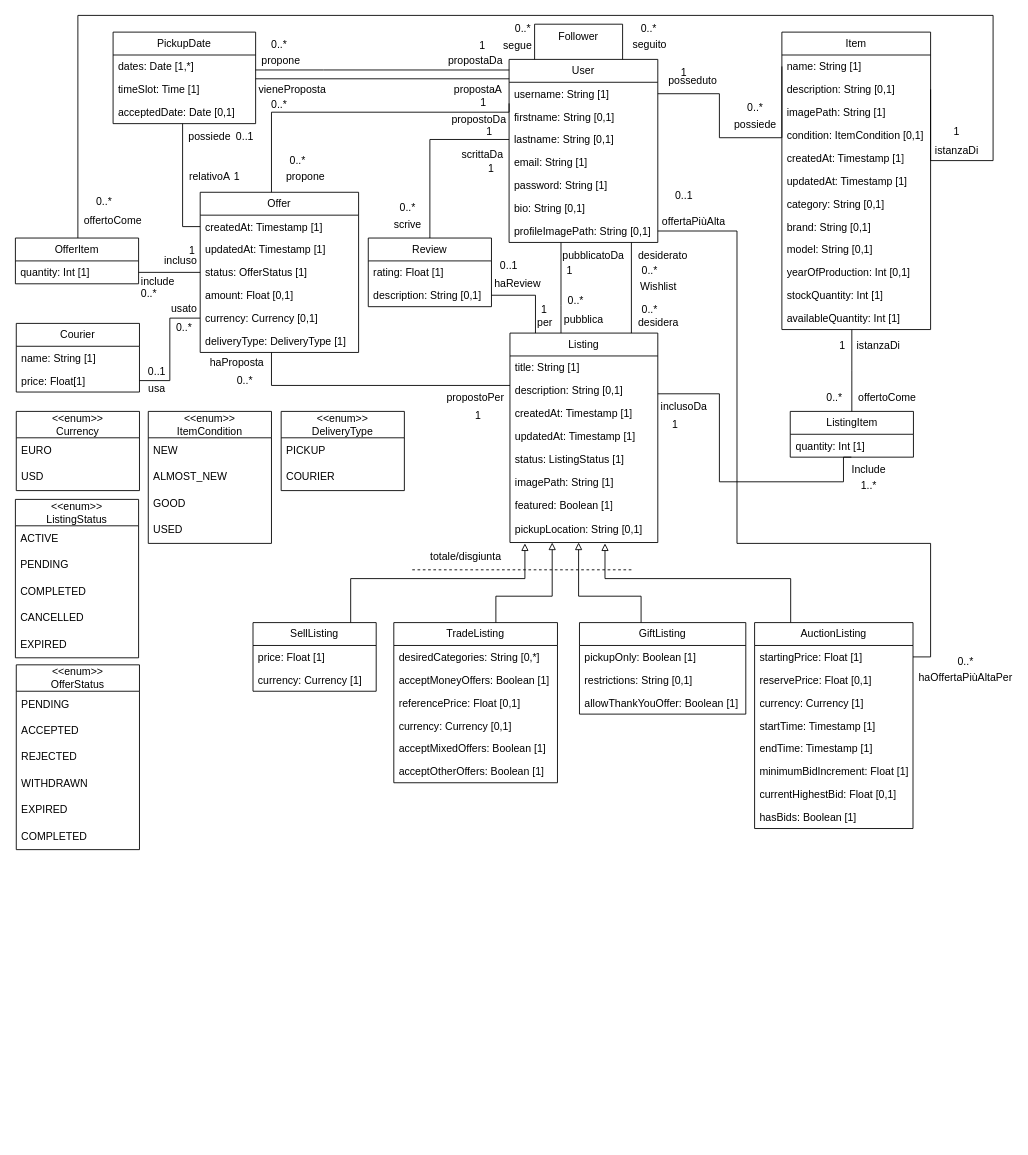
GritHat/diagrams-draw.io keeps this draw.io diagram as uninaswap.drawio. Above is the earlier version. Source tidied: cells renumbered, new cells numbered last; positions are measured from the earlier drawing's top-left corner, leaving out a move shared by most shapes. Both pictures are drawn from the tidied source at 88%, with x=0, y=0 at pixel (15, 15).
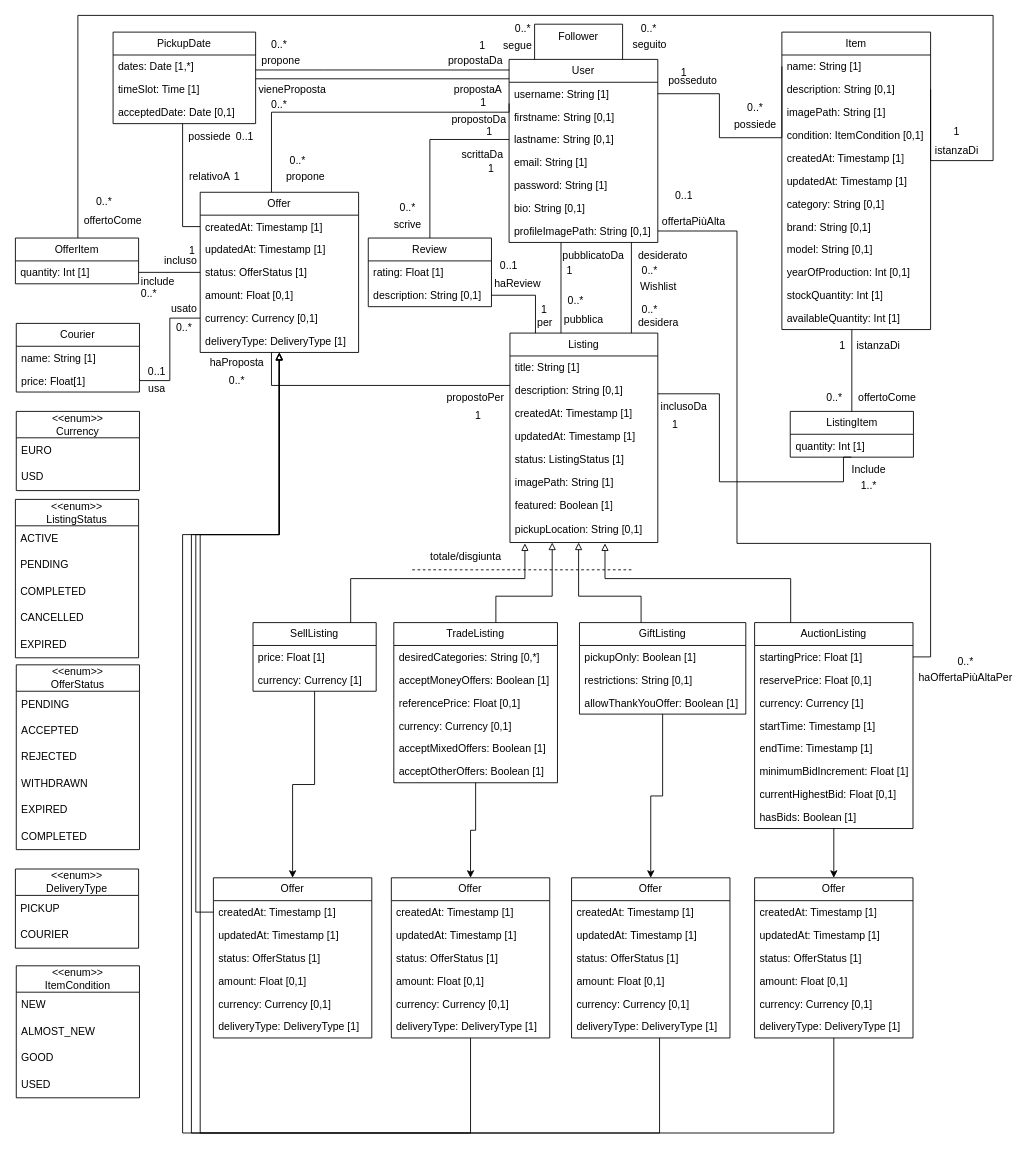
After the change.

The change refers to these unchanged cells:
```xml
<mxCell id="42" value="deliveryType: DeliveryType [1]&amp;nbsp;" style="text;strokeColor=none;fillColor=none;align=left;verticalAlign=top;spacingLeft=4;spacingRight=4;overflow=hidden;points=[[0,0.5],[1,0.5]];portConstraint=eastwest;whiteSpace=wrap;html=1;" parent="36" vertex="1">
  <mxGeometry y="156" width="180" height="26" as="geometry" />
</mxCell>
<mxCell id="44" value="SellListing" style="swimlane;fontStyle=0;horizontal=1;startSize=26;fillColor=none;whiteSpace=wrap;html=1;" parent="1" vertex="1">
  <mxGeometry x="270" y="690" width="140" height="78" as="geometry" />
</mxCell>
<mxCell id="48" value="TradeListing" style="swimlane;fontStyle=0;horizontal=1;startSize=26;fillColor=none;whiteSpace=wrap;html=1;" parent="1" vertex="1">
  <mxGeometry x="430" y="690" width="186" height="182" as="geometry" />
</mxCell>
<mxCell id="56" value="GiftListing" style="swimlane;fontStyle=0;horizontal=1;startSize=26;fillColor=none;whiteSpace=wrap;html=1;" parent="1" vertex="1">
  <mxGeometry x="641" y="690" width="189" height="104" as="geometry" />
</mxCell>
<mxCell id="61" value="AuctionListing" style="swimlane;fontStyle=0;horizontal=1;startSize=26;fillColor=none;whiteSpace=wrap;html=1;" parent="1" vertex="1">
  <mxGeometry x="840" y="690" width="180" height="234" as="geometry" />
</mxCell>
```

What changed in the source:
```diff
@@
+    <mxCell id="193" style="edgeStyle=orthogonalEdgeStyle;rounded=0;jettySize=auto;html=1;" parent="1" edge="1" source="44" target="197">
+      <mxGeometry relative="1" as="geometry" />
+    </mxCell>
@@
+    <mxCell id="194" style="edgeStyle=orthogonalEdgeStyle;rounded=0;jettySize=auto;html=1;" parent="1" edge="1" source="48" target="205">
+      <mxGeometry relative="1" as="geometry" />
+    </mxCell>
@@
+    <mxCell id="195" style="edgeStyle=orthogonalEdgeStyle;rounded=0;jettySize=auto;html=1;" parent="1" edge="1" source="56" target="213">
+      <mxGeometry relative="1" as="geometry" />
+    </mxCell>
@@
+    <mxCell id="196" style="edgeStyle=orthogonalEdgeStyle;rounded=0;jettySize=auto;html=1;" parent="1" edge="1" source="61" target="221">
+      <mxGeometry relative="1" as="geometry" />
+    </mxCell>
@@
     <mxCell id="110" value="0..*" style="text;html=1;align=center;verticalAlign=middle;whiteSpace=wrap;rounded=0;" parent="1" vertex="1">
-      <mxGeometry x="231" y="400" width="60" height="30" as="geometry" />
+      <mxGeometry x="222" y="400" width="60" height="30" as="geometry" />
     </mxCell>
@@
     <mxCell id="143" value="&amp;lt;&amp;lt;enum&amp;gt;&amp;gt;&lt;div&gt;ItemCondition&lt;/div&gt;" style="swimlane;fontStyle=0;horizontal=1;startSize=30;whiteSpace=wrap;html=1;" parent="1" vertex="1">
-      <mxGeometry x="151" y="450" width="140" height="150" as="geometry" />
+      <mxGeometry x="1" y="1080" width="140" height="150" as="geometry" />
     </mxCell>
@@
     <mxCell id="163" value="&amp;lt;&amp;lt;enum&amp;gt;&amp;gt;&lt;div&gt;DeliveryType&lt;/div&gt;" style="swimlane;fontStyle=0;horizontal=1;startSize=30;whiteSpace=wrap;html=1;" parent="1" vertex="1">
-      <mxGeometry x="302" y="450" width="140" height="90" as="geometry" />
+      <mxGeometry y="970" width="140" height="90" as="geometry" />
     </mxCell>
@@
+    <mxCell id="197" value="Offer" style="swimlane;fontStyle=0;horizontal=1;startSize=26;fillColor=none;whiteSpace=wrap;html=1;" parent="1" vertex="1">
+      <mxGeometry x="225" y="980" width="180" height="182" as="geometry" />
+    </mxCell>
+    <mxCell id="198" value="createdAt: Timestamp [1]" style="text;strokeColor=none;fillColor=none;align=left;verticalAlign=top;spacingLeft=4;spacingRight=4;overflow=hidden;points=[[0,0.5],[1,0.5]];portConstraint=eastwest;whiteSpace=wrap;html=1;" parent="197" vertex="1">
+      <mxGeometry y="26" width="180" height="26" as="geometry" />
+    </mxCell>
+    <mxCell id="199" value="updatedAt: Timestamp [1]" style="text;strokeColor=none;fillColor=none;align=left;verticalAlign=top;spacingLeft=4;spacingRight=4;overflow=hidden;whiteSpace=wrap;html=1;" parent="197" vertex="1">
+      <mxGeometry y="52" width="180" height="26" as="geometry" />
+    </mxCell>
+    <mxCell id="200" value="status: OfferStatus [1]" style="text;strokeColor=none;fillColor=none;align=left;verticalAlign=top;spacingLeft=4;spacingRight=4;overflow=hidden;whiteSpace=wrap;html=1;" parent="197" vertex="1">
+      <mxGeometry y="78" width="180" height="26" as="geometry" />
+    </mxCell>
+    <mxCell id="201" value="amount: Float [0,1]" style="text;strokeColor=none;fillColor=none;align=left;verticalAlign=top;spacingLeft=4;spacingRight=4;overflow=hidden;whiteSpace=wrap;html=1;" parent="197" vertex="1">
+      <mxGeometry y="104" width="180" height="26" as="geometry" />
+    </mxCell>
+    <mxCell id="202" value="currency: Currency [0,1]" style="text;strokeColor=none;fillColor=none;align=left;verticalAlign=top;spacingLeft=4;spacingRight=4;overflow=hidden;whiteSpace=wrap;html=1;" parent="197" vertex="1">
+      <mxGeometry y="130" width="180" height="26" as="geometry" />
+    </mxCell>
+    <mxCell id="203" value="deliveryType: DeliveryType [1]&amp;nbsp;" style="text;strokeColor=none;fillColor=none;align=left;verticalAlign=top;spacingLeft=4;spacingRight=4;overflow=hidden;whiteSpace=wrap;html=1;" parent="197" vertex="1">
+      <mxGeometry y="156" width="180" height="26" as="geometry" />
+    </mxCell>
+    <mxCell id="204" style="edgeStyle=orthogonalEdgeStyle;rounded=0;jettySize=auto;html=1;endArrow=block;endFill=0;" parent="1" edge="1" source="205" target="42">
+      <mxGeometry relative="1" as="geometry">
+        <Array as="points">
+          <mxPoint x="517" y="1270" />
+          <mxPoint x="200" y="1270" />
+          <mxPoint x="200" y="590" />
+          <mxPoint x="300" y="590" />
+        </Array>
+      </mxGeometry>
+    </mxCell>
+    <mxCell id="205" value="Offer" style="swimlane;fontStyle=0;horizontal=1;startSize=26;fillColor=none;whiteSpace=wrap;html=1;" parent="1" vertex="1">
+      <mxGeometry x="427.2" y="980" width="180" height="182" as="geometry" />
+    </mxCell>
+    <mxCell id="206" value="createdAt: Timestamp [1]" style="text;strokeColor=none;fillColor=none;align=left;verticalAlign=top;spacingLeft=4;spacingRight=4;overflow=hidden;whiteSpace=wrap;html=1;" parent="205" vertex="1">
+      <mxGeometry y="26" width="180" height="26" as="geometry" />
+    </mxCell>
+    <mxCell id="207" value="updatedAt: Timestamp [1]" style="text;strokeColor=none;fillColor=none;align=left;verticalAlign=top;spacingLeft=4;spacingRight=4;overflow=hidden;whiteSpace=wrap;html=1;" parent="205" vertex="1">
+      <mxGeometry y="52" width="180" height="26" as="geometry" />
+    </mxCell>
+    <mxCell id="208" value="status: OfferStatus [1]" style="text;strokeColor=none;fillColor=none;align=left;verticalAlign=top;spacingLeft=4;spacingRight=4;overflow=hidden;whiteSpace=wrap;html=1;" parent="205" vertex="1">
+      <mxGeometry y="78" width="180" height="26" as="geometry" />
+    </mxCell>
+    <mxCell id="209" value="amount: Float [0,1]" style="text;strokeColor=none;fillColor=none;align=left;verticalAlign=top;spacingLeft=4;spacingRight=4;overflow=hidden;whiteSpace=wrap;html=1;" parent="205" vertex="1">
+      <mxGeometry y="104" width="180" height="26" as="geometry" />
+    </mxCell>
+    <mxCell id="210" value="currency: Currency [0,1]" style="text;strokeColor=none;fillColor=none;align=left;verticalAlign=top;spacingLeft=4;spacingRight=4;overflow=hidden;whiteSpace=wrap;html=1;" parent="205" vertex="1">
+      <mxGeometry y="130" width="180" height="26" as="geometry" />
+    </mxCell>
+    <mxCell id="211" value="deliveryType: DeliveryType [1]&amp;nbsp;" style="text;strokeColor=none;fillColor=none;align=left;verticalAlign=top;spacingLeft=4;spacingRight=4;overflow=hidden;whiteSpace=wrap;html=1;" parent="205" vertex="1">
+      <mxGeometry y="156" width="180" height="26" as="geometry" />
+    </mxCell>
+    <mxCell id="212" style="edgeStyle=orthogonalEdgeStyle;rounded=0;jettySize=auto;html=1;endArrow=block;endFill=0;entryX=0.498;entryY=1.01;entryDx=0;entryDy=0;entryPerimeter=0;" parent="1" edge="1" target="42">
+      <mxGeometry relative="1" as="geometry">
+        <mxPoint x="732" y="1162" as="sourcePoint" />
+        <Array as="points">
+          <mxPoint x="732" y="1270" />
+          <mxPoint x="210" y="1270" />
+          <mxPoint x="210" y="590" />
+          <mxPoint x="300" y="590" />
+          <mxPoint x="300" y="383" />
+        </Array>
+      </mxGeometry>
+    </mxCell>
+    <mxCell id="213" value="Offer" style="swimlane;fontStyle=0;horizontal=1;startSize=26;fillColor=none;whiteSpace=wrap;html=1;" parent="1" vertex="1">
+      <mxGeometry x="632" y="980" width="180" height="182" as="geometry" />
+    </mxCell>
+    <mxCell id="214" value="createdAt: Timestamp [1]" style="text;strokeColor=none;fillColor=none;align=left;verticalAlign=top;spacingLeft=4;spacingRight=4;overflow=hidden;whiteSpace=wrap;html=1;" parent="213" vertex="1">
+      <mxGeometry y="26" width="180" height="26" as="geometry" />
+    </mxCell>
+    <mxCell id="215" value="updatedAt: Timestamp [1]" style="text;strokeColor=none;fillColor=none;align=left;verticalAlign=top;spacingLeft=4;spacingRight=4;overflow=hidden;whiteSpace=wrap;html=1;" parent="213" vertex="1">
+      <mxGeometry y="52" width="180" height="26" as="geometry" />
+    </mxCell>
+    <mxCell id="216" value="status: OfferStatus [1]" style="text;strokeColor=none;fillColor=none;align=left;verticalAlign=top;spacingLeft=4;spacingRight=4;overflow=hidden;whiteSpace=wrap;html=1;" parent="213" vertex="1">
+      <mxGeometry y="78" width="180" height="26" as="geometry" />
+    </mxCell>
+    <mxCell id="217" value="amount: Float [0,1]" style="text;strokeColor=none;fillColor=none;align=left;verticalAlign=top;spacingLeft=4;spacingRight=4;overflow=hidden;whiteSpace=wrap;html=1;" parent="213" vertex="1">
+      <mxGeometry y="104" width="180" height="26" as="geometry" />
+    </mxCell>
+    <mxCell id="218" value="currency: Currency [0,1]" style="text;strokeColor=none;fillColor=none;align=left;verticalAlign=top;spacingLeft=4;spacingRight=4;overflow=hidden;whiteSpace=wrap;html=1;" parent="213" vertex="1">
+      <mxGeometry y="130" width="180" height="26" as="geometry" />
+    </mxCell>
+    <mxCell id="219" value="deliveryType: DeliveryType [1]&amp;nbsp;" style="text;strokeColor=none;fillColor=none;align=left;verticalAlign=top;spacingLeft=4;spacingRight=4;overflow=hidden;whiteSpace=wrap;html=1;" parent="213" vertex="1">
+      <mxGeometry y="156" width="180" height="26" as="geometry" />
+    </mxCell>
+    <mxCell id="220" style="edgeStyle=orthogonalEdgeStyle;rounded=0;jettySize=auto;html=1;endArrow=block;endFill=0;entryX=0.5;entryY=1.009;entryDx=0;entryDy=0;entryPerimeter=0;" parent="1" edge="1" source="221" target="42">
+      <mxGeometry relative="1" as="geometry">
+        <Array as="points">
+          <mxPoint x="930" y="1270" />
+          <mxPoint x="190" y="1270" />
+          <mxPoint x="190" y="590" />
+          <mxPoint x="300" y="590" />
+        </Array>
+      </mxGeometry>
+    </mxCell>
+    <mxCell id="221" value="Offer" style="swimlane;fontStyle=0;horizontal=1;startSize=26;fillColor=none;whiteSpace=wrap;html=1;" parent="1" vertex="1">
+      <mxGeometry x="840" y="980" width="180" height="182" as="geometry" />
+    </mxCell>
+    <mxCell id="222" value="createdAt: Timestamp [1]" style="text;strokeColor=none;fillColor=none;align=left;verticalAlign=top;spacingLeft=4;spacingRight=4;overflow=hidden;whiteSpace=wrap;html=1;" parent="221" vertex="1">
+      <mxGeometry y="26" width="180" height="26" as="geometry" />
+    </mxCell>
+    <mxCell id="223" value="updatedAt: Timestamp [1]" style="text;strokeColor=none;fillColor=none;align=left;verticalAlign=top;spacingLeft=4;spacingRight=4;overflow=hidden;whiteSpace=wrap;html=1;" parent="221" vertex="1">
+      <mxGeometry y="52" width="180" height="26" as="geometry" />
+    </mxCell>
+    <mxCell id="224" value="status: OfferStatus [1]" style="text;strokeColor=none;fillColor=none;align=left;verticalAlign=top;spacingLeft=4;spacingRight=4;overflow=hidden;whiteSpace=wrap;html=1;" parent="221" vertex="1">
+      <mxGeometry y="78" width="180" height="26" as="geometry" />
+    </mxCell>
+    <mxCell id="225" value="amount: Float [0,1]" style="text;strokeColor=none;fillColor=none;align=left;verticalAlign=top;spacingLeft=4;spacingRight=4;overflow=hidden;whiteSpace=wrap;html=1;" parent="221" vertex="1">
+      <mxGeometry y="104" width="180" height="26" as="geometry" />
+    </mxCell>
+    <mxCell id="226" value="currency: Currency [0,1]" style="text;strokeColor=none;fillColor=none;align=left;verticalAlign=top;spacingLeft=4;spacingRight=4;overflow=hidden;whiteSpace=wrap;html=1;" parent="221" vertex="1">
+      <mxGeometry y="130" width="180" height="26" as="geometry" />
+    </mxCell>
+    <mxCell id="227" value="deliveryType: DeliveryType [1]&amp;nbsp;" style="text;strokeColor=none;fillColor=none;align=left;verticalAlign=top;spacingLeft=4;spacingRight=4;overflow=hidden;whiteSpace=wrap;html=1;" parent="221" vertex="1">
+      <mxGeometry y="156" width="180" height="26" as="geometry" />
+    </mxCell>
+    <mxCell id="228" style="edgeStyle=orthogonalEdgeStyle;rounded=0;jettySize=auto;html=1;endArrow=block;endFill=0;entryX=0.498;entryY=1.033;entryDx=0;entryDy=0;entryPerimeter=0;" parent="1" edge="1" source="198" target="42">
+      <mxGeometry relative="1" as="geometry">
+        <Array as="points">
+          <mxPoint x="205" y="1019" />
+          <mxPoint x="205" y="590" />
+          <mxPoint x="300" y="590" />
+        </Array>
+      </mxGeometry>
+    </mxCell>
```
